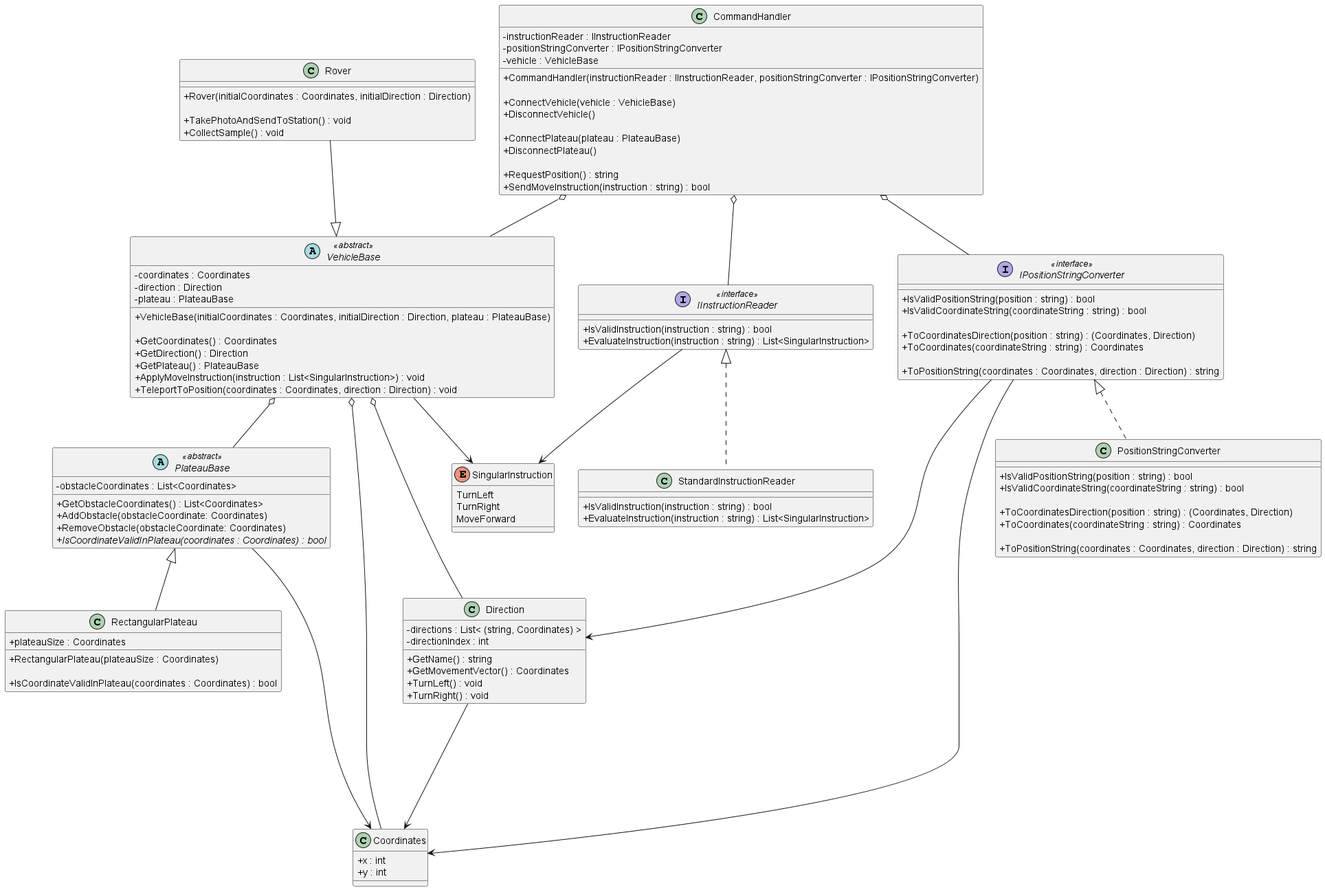
Before: puml/Mars Rover Challenge.png, a diagram exported from PlantUML (iamfranco/MarsRoverChallenge).
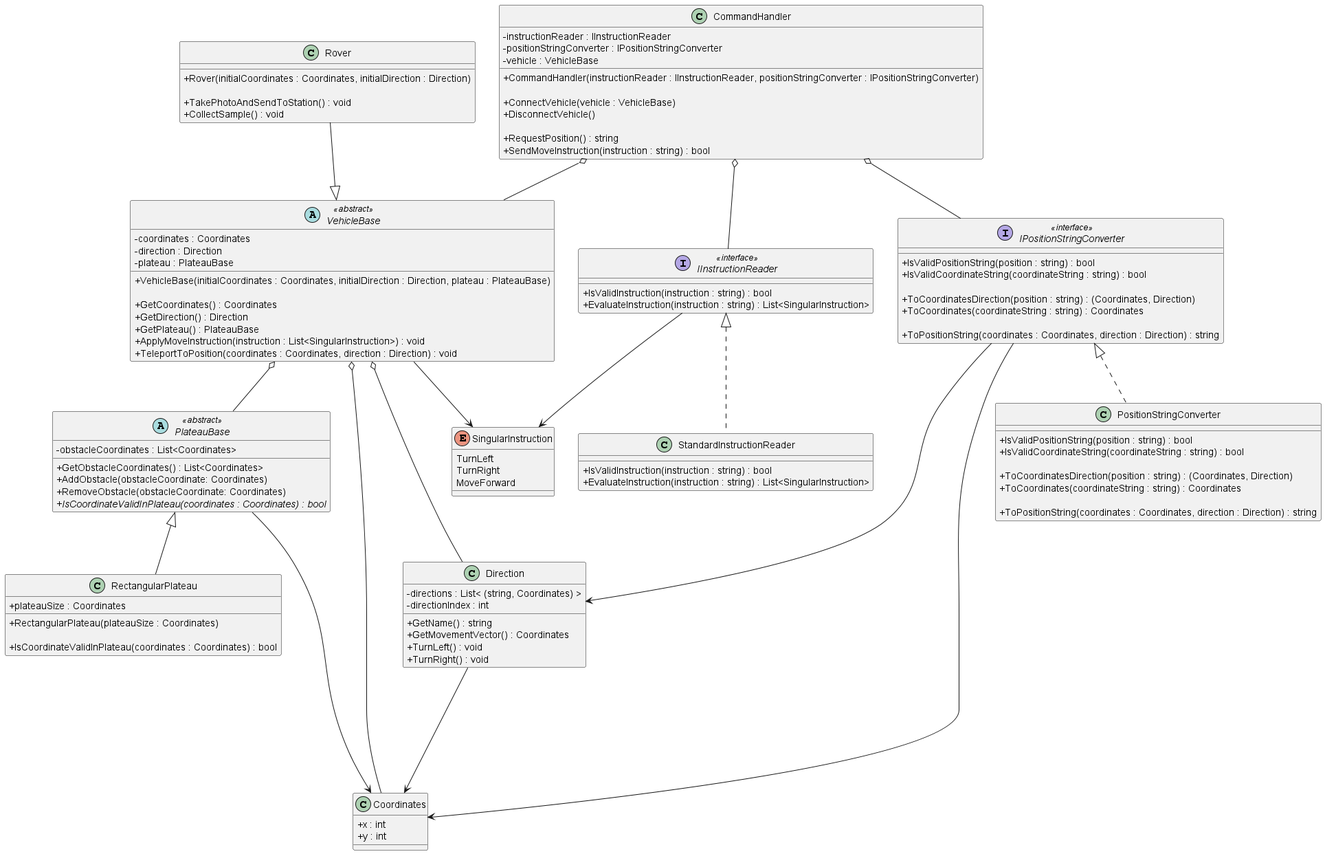
Later version of the same file.

Commit message:
UML: remove extra connection method for plateau in CommandHandler class

Change to the diagram source:
```diff
@@ -112,9 +112,6 @@
   + ConnectVehicle(vehicle : VehicleBase)
   + DisconnectVehicle()
 
-  + ConnectPlateau(plateau : PlateauBase)
-  + DisconnectPlateau()
-
   + RequestPosition() : string
   + SendMoveInstruction(instruction : string) : bool
 }
```
